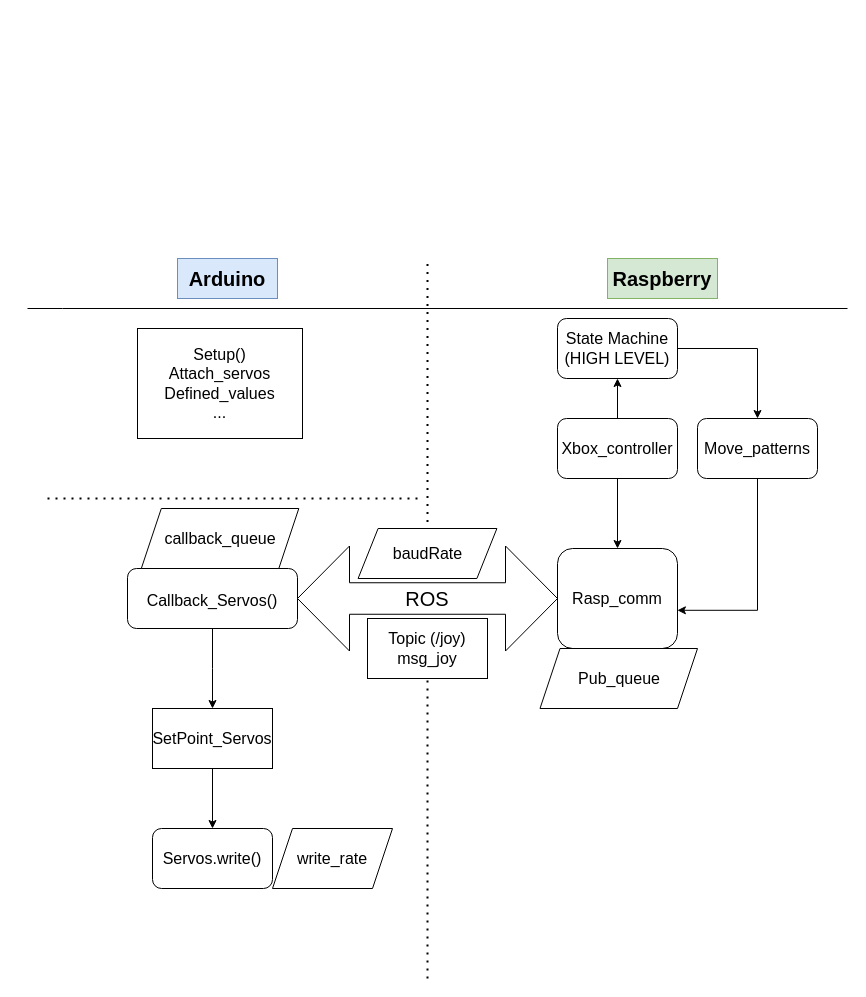
Before: docs/Untitled Diagram.drawio in jilker/currito_ROS, a draw.io diagram. Source tidied: cells renumbered, new cells numbered last; positions are measured from the earlier drawing's top-left corner, leaving out a move shared by most shapes. Both pictures are drawn from the tidied source at 100%, with x=0, y=0 at pixel (27, 258).
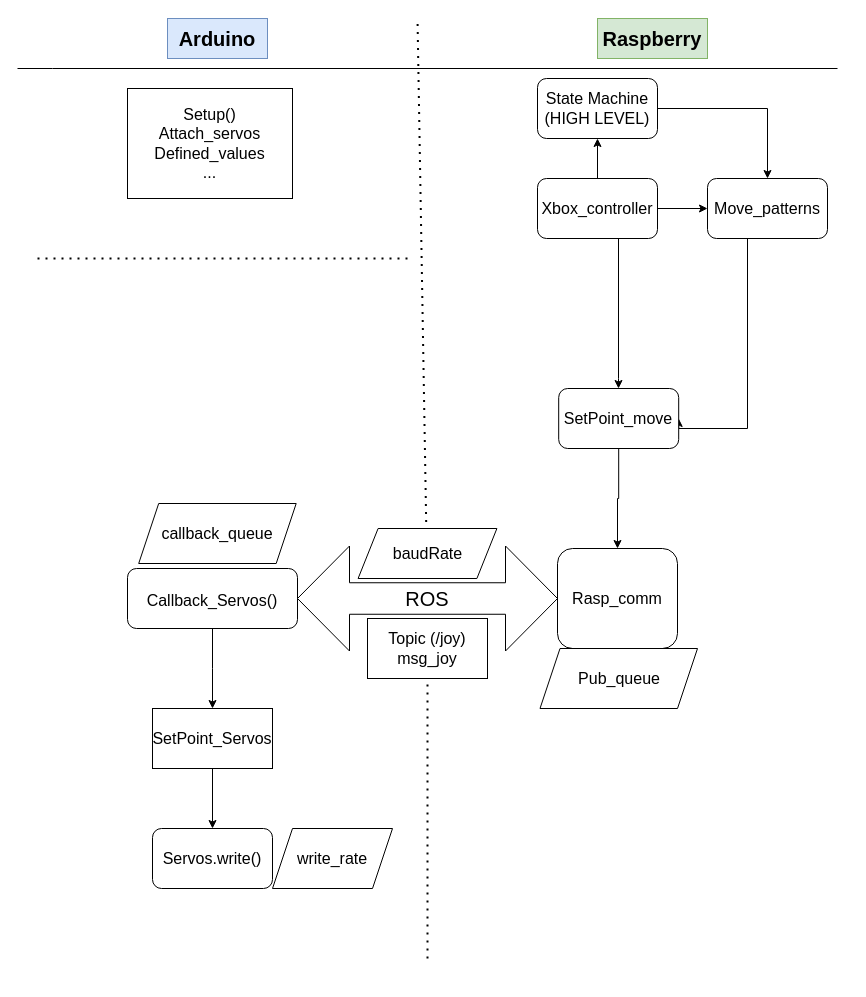
Above is the later version.

Unchanged cells that the change refers to:
```xml
<mxCell id="8" value="ROS" style="shape=doubleArrow;whiteSpace=wrap;html=1;fontSize=20;" parent="1" vertex="1">
  <mxGeometry x="270" y="287.5" width="260" height="105" as="geometry" />
</mxCell>
<mxCell id="13" value="Rasp_comm" style="rounded=1;whiteSpace=wrap;html=1;fontSize=16;" parent="1" vertex="1">
  <mxGeometry x="530" y="290" width="120" height="100" as="geometry" />
</mxCell>
```

The edit, as a diff of the source:
```diff
@@
     <mxCell id="2" style="endArrow=none;dashed=1;html=1;dashPattern=1 3;strokeWidth=2;rounded=0;startArrow=none;" parent="1" edge="1" source="8">
       <mxGeometry relative="1" as="geometry">
-        <mxPoint x="400" as="targetPoint" />
+        <mxPoint x="390" y="-240" as="targetPoint" />
       </mxGeometry>
     </mxCell>
     <mxCell id="3" value="Arduino" style="text;html=1;strokeColor=#6c8ebf;fillColor=#dae8fc;align=center;verticalAlign=middle;whiteSpace=wrap;rounded=0;fontSize=20;fontStyle=1;" parent="1" vertex="1">
-      <mxGeometry x="150" width="100" height="40" as="geometry" />
+      <mxGeometry x="140" y="-240" width="100" height="40" as="geometry" />
     </mxCell>
     <mxCell id="4" value="Raspberry" style="text;html=1;strokeColor=#82b366;fillColor=#d5e8d4;align=center;verticalAlign=middle;whiteSpace=wrap;rounded=0;fontSize=20;fontStyle=1;" parent="1" vertex="1">
-      <mxGeometry x="580" width="110" height="40" as="geometry" />
+      <mxGeometry x="570" y="-240" width="110" height="40" as="geometry" />
     </mxCell>
     <mxCell id="5" style="endArrow=none;html=1;rounded=0;fontSize=20;" parent="1" edge="1">
       <mxGeometry relative="1" as="geometry">
-        <mxPoint y="50" as="sourcePoint" />
-        <mxPoint x="820" y="50" as="targetPoint" />
+        <mxPoint x="-10" y="-190" as="sourcePoint" />
+        <mxPoint x="810" y="-190" as="targetPoint" />
         <Array as="points">
-          <mxPoint x="35" y="50" />
+          <mxPoint x="25" y="-190" />
         </Array>
       </mxGeometry>
     </mxCell>
@@
     <mxCell id="9" style="endArrow=none;dashed=1;html=1;dashPattern=1 3;strokeWidth=2;rounded=0;" parent="1" edge="1" target="8">
       <mxGeometry relative="1" as="geometry">
-        <mxPoint x="400" y="720" as="sourcePoint" />
+        <mxPoint x="400" y="700" as="sourcePoint" />
       </mxGeometry>
     </mxCell>
@@
     <mxCell id="14" value="Setup()&lt;br&gt;Attach_servos&lt;br&gt;Defined_values&lt;br&gt;..." style="rounded=0;whiteSpace=wrap;html=1;fontSize=16;" parent="1" vertex="1">
-      <mxGeometry x="110" y="70" width="165" height="110" as="geometry" />
+      <mxGeometry x="100" y="-170" width="165" height="110" as="geometry" />
     </mxCell>
     <mxCell id="15" style="endArrow=none;dashed=1;html=1;dashPattern=1 3;strokeWidth=2;rounded=0;fontSize=16;" parent="1" edge="1">
       <mxGeometry relative="1" as="geometry">
-        <mxPoint x="20" y="240" as="sourcePoint" />
-        <mxPoint x="390" y="240" as="targetPoint" />
+        <mxPoint x="10" as="sourcePoint" />
+        <mxPoint x="380" as="targetPoint" />
       </mxGeometry>
     </mxCell>
@@
     <mxCell id="17" value="State Machine&lt;br&gt;(HIGH LEVEL)" style="rounded=1;whiteSpace=wrap;html=1;fontSize=16;" parent="1" vertex="1">
-      <mxGeometry x="530" y="60" width="120" height="60" as="geometry" />
+      <mxGeometry x="510" y="-180" width="120" height="60" as="geometry" />
     </mxCell>
@@
-    <mxCell id="19" style="edgeStyle=orthogonalEdgeStyle;rounded=0;jettySize=auto;html=1;fontSize=16;" parent="1" edge="1" source="21" target="13">
-      <mxGeometry relative="1" as="geometry" />
-    </mxCell>
@@
+    <mxCell id="28" style="edgeStyle=orthogonalEdgeStyle;rounded=0;jettySize=auto;html=1;fontSize=16;" parent="1" edge="1" source="21" target="23">
+      <mxGeometry relative="1" as="geometry" />
+    </mxCell>
+    <mxCell id="29" style="edgeStyle=orthogonalEdgeStyle;rounded=0;jettySize=auto;html=1;fontSize=16;" parent="1" edge="1" source="21" target="32">
+      <mxGeometry relative="1" as="geometry">
+        <Array as="points">
+          <mxPoint x="591" y="120" />
+          <mxPoint x="591" y="120" />
+        </Array>
+      </mxGeometry>
+    </mxCell>
     <mxCell id="21" value="Xbox_controller" style="rounded=1;whiteSpace=wrap;html=1;fontSize=16;" parent="1" vertex="1">
-      <mxGeometry x="530" y="160" width="120" height="60" as="geometry" />
+      <mxGeometry x="510" y="-80" width="120" height="60" as="geometry" />
     </mxCell>
-    <mxCell id="22" style="edgeStyle=orthogonalEdgeStyle;rounded=0;jettySize=auto;html=1;entryX=0.999;entryY=0.618;entryDx=0;entryDy=0;entryPerimeter=0;fontSize=16;" parent="1" edge="1" source="23" target="13">
-      <mxGeometry relative="1" as="geometry">
-        <Array as="points">
-          <mxPoint x="730" y="352" />
-        </Array>
-      </mxGeometry>
-    </mxCell>
+    <mxCell id="30" style="edgeStyle=orthogonalEdgeStyle;rounded=0;jettySize=auto;html=1;fontSize=16;entryX=1;entryY=0.5;entryDx=0;entryDy=0;" parent="1" edge="1" source="23" target="32">
+      <mxGeometry relative="1" as="geometry">
+        <Array as="points">
+          <mxPoint x="720" y="170" />
+        </Array>
+      </mxGeometry>
+    </mxCell>
     <mxCell id="23" value="Move_patterns" style="rounded=1;whiteSpace=wrap;html=1;fontSize=16;" parent="1" vertex="1">
-      <mxGeometry x="670" y="160" width="120" height="60" as="geometry" />
+      <mxGeometry x="680" y="-80" width="120" height="60" as="geometry" />
     </mxCell>
@@
     <mxCell id="25" value="callback_queue" style="shape=parallelogram;perimeter=parallelogramPerimeter;whiteSpace=wrap;html=1;fixedSize=1;fontSize=16;" parent="1" vertex="1">
-      <mxGeometry x="113.8" y="250" width="157.5" height="60" as="geometry" />
+      <mxGeometry x="111.2" y="245" width="157.5" height="60" as="geometry" />
     </mxCell>
@@
+    <mxCell id="31" style="edgeStyle=orthogonalEdgeStyle;rounded=0;jettySize=auto;html=1;fontSize=16;" parent="1" edge="1" source="32" target="13">
+      <mxGeometry relative="1" as="geometry" />
+    </mxCell>
+    <mxCell id="32" value="SetPoint_move" style="rounded=1;whiteSpace=wrap;html=1;fontSize=16;" parent="1" vertex="1">
+      <mxGeometry x="531.2" y="130" width="120" height="60" as="geometry" />
+    </mxCell>
```
